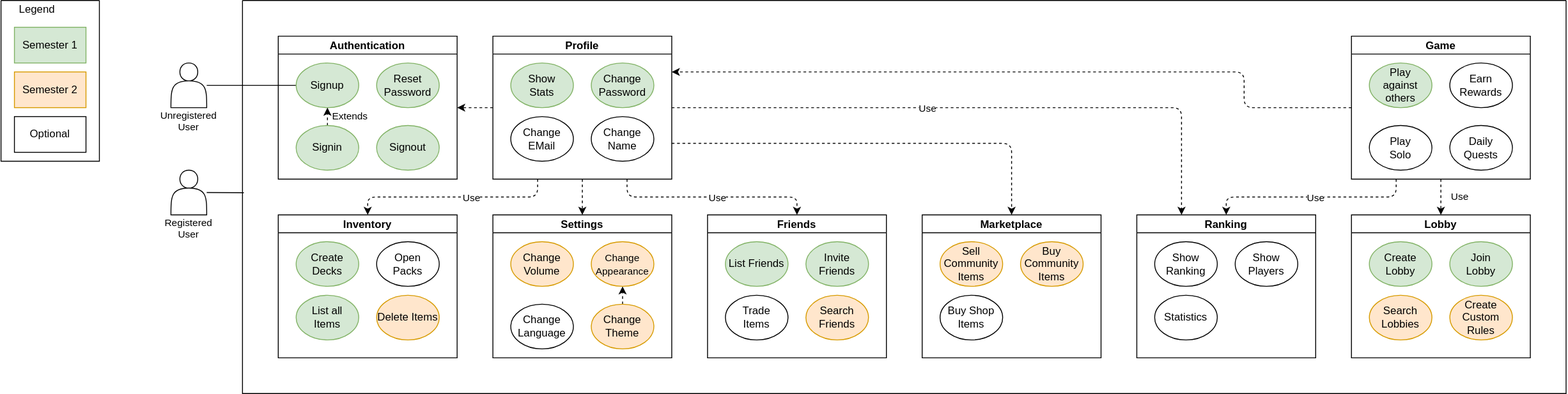
Before: diagrams/use_case_diagram.drawio.svg, a diagram exported from draw.io (i3ene/decksterous). Source tidied: cells renumbered, new cells last; positions are measured from the earlier drawing's top-left corner, leaving out a move shared by most shapes.
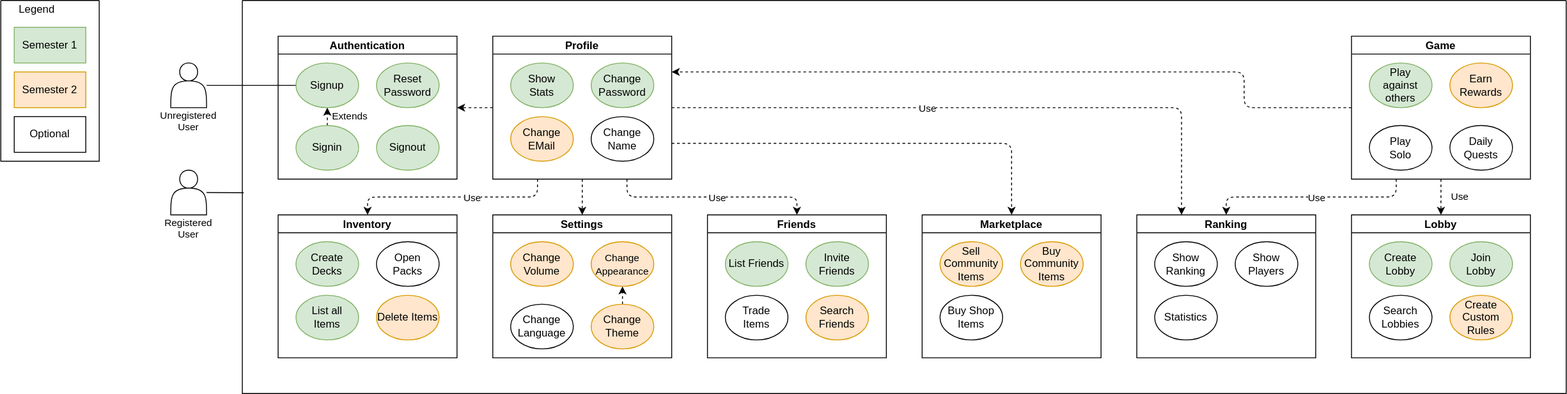
After the change.

Commit message:
adjusted use case diagram

The edit, as a diff of the source:
```diff
@@ -99,7 +99,7 @@
     <mxCell id="31" value="Change&lt;br&gt;Password" style="ellipse;whiteSpace=wrap;html=1;fillColor=#d5e8d4;strokeColor=#82b366;" parent="29" vertex="1">
       <mxGeometry x="110" y="30" width="70" height="50" as="geometry" />
     </mxCell>
-    <mxCell id="32" value="Change&lt;br&gt;EMail" style="ellipse;whiteSpace=wrap;html=1;fillColor=default;strokeColor=default;" parent="29" vertex="1">
+    <mxCell id="32" value="Change&lt;br&gt;EMail" style="ellipse;whiteSpace=wrap;html=1;fillColor=#ffe6cc;strokeColor=#d79b00;" parent="29" vertex="1">
       <mxGeometry x="20" y="90" width="70" height="50" as="geometry" />
     </mxCell>
     <mxCell id="33" value="Change&lt;br&gt;Name" style="ellipse;whiteSpace=wrap;html=1;" parent="29" vertex="1">
@@ -161,7 +161,7 @@
     <mxCell id="49" value="Play &lt;br&gt;against&lt;br&gt;others" style="ellipse;whiteSpace=wrap;html=1;fillColor=#d5e8d4;strokeColor=#82b366;" parent="48" vertex="1">
       <mxGeometry x="20" y="30" width="70" height="50" as="geometry" />
     </mxCell>
-    <mxCell id="50" value="Earn Rewards" style="ellipse;whiteSpace=wrap;html=1;fillColor=default;strokeColor=default;" parent="48" vertex="1">
+    <mxCell id="50" value="Earn Rewards" style="ellipse;whiteSpace=wrap;html=1;fillColor=#ffe6cc;strokeColor=#d79b00;" parent="48" vertex="1">
       <mxGeometry x="110" y="30" width="70" height="50" as="geometry" />
     </mxCell>
     <mxCell id="51" value="Play&lt;br&gt;Solo" style="ellipse;whiteSpace=wrap;html=1;" parent="48" vertex="1">
@@ -179,7 +179,7 @@
     <mxCell id="55" value="Create&lt;br&gt;Lobby" style="ellipse;whiteSpace=wrap;html=1;fillColor=#d5e8d4;strokeColor=#82b366;" parent="53" vertex="1">
       <mxGeometry x="20" y="30" width="70" height="50" as="geometry" />
     </mxCell>
-    <mxCell id="56" value="Search&lt;br&gt;Lobbies" style="ellipse;whiteSpace=wrap;html=1;fillColor=#ffe6cc;strokeColor=#d79b00;" parent="53" vertex="1">
+    <mxCell id="56" value="Search&lt;br&gt;Lobbies" style="ellipse;whiteSpace=wrap;html=1;fillColor=default;strokeColor=default;" parent="53" vertex="1">
       <mxGeometry x="20" y="90" width="70" height="50" as="geometry" />
     </mxCell>
     <mxCell id="57" value="Create&lt;br&gt;Custom Rules" style="ellipse;whiteSpace=wrap;html=1;fillColor=#ffe6cc;strokeColor=#d79b00;" parent="53" vertex="1">
```
